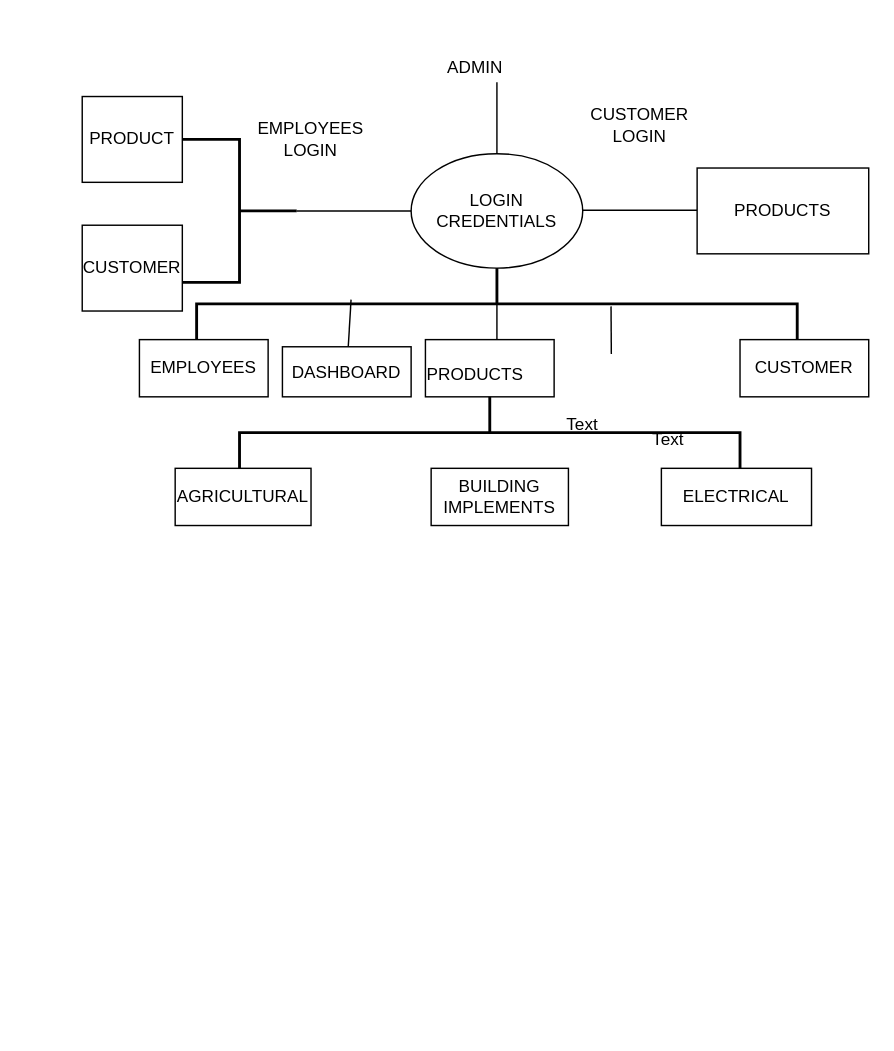
The draw.io diagram Untitled Diagram.drawio in bshantherishenoy/miniproject2, before the edit. Source tidied: cells renumbered, new cells numbered last; positions are measured from the earlier drawing's top-left corner, leaving out a move shared by most shapes. Both pictures are drawn from the tidied source at 143%, with x=0, y=0 at pixel (82, 53).
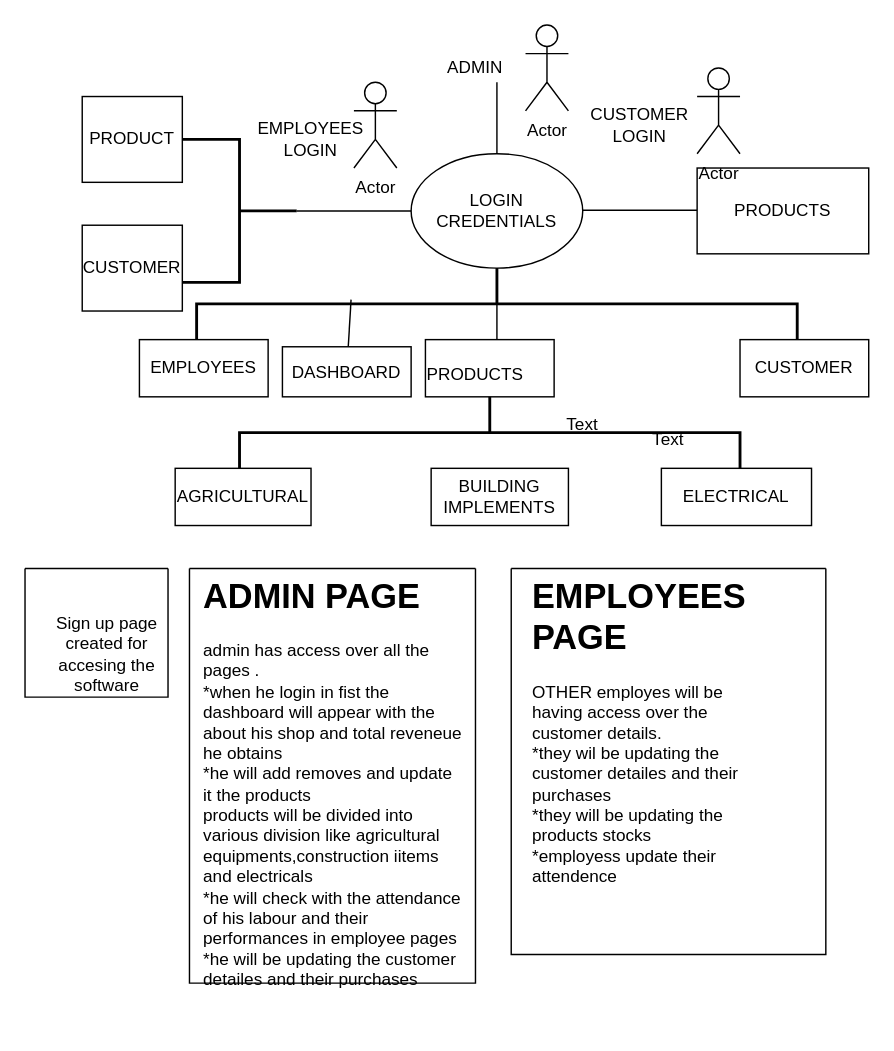
The same page after the edit.

Unchanged cells that the change refers to:
```xml
<mxCell id="11" style="strokeWidth=2;html=1;shape=mxgraph.flowchart.annotation_2;align=left;labelPosition=right;direction=south;" parent="1" vertex="1">
  <mxGeometry x="80" y="150" width="420" height="50" as="geometry" />
</mxCell>
```

The edit, as a diff of the source:
```diff
@@
-    <mxCell id="20" style="endArrow=none;html=1;entryX=0.535;entryY=0.31;entryDx=0;entryDy=0;entryPerimeter=0;" parent="1" edge="1" target="11">
-      <mxGeometry relative="1" as="geometry">
-        <mxPoint x="370" y="210" as="sourcePoint" />
-      </mxGeometry>
-    </mxCell>
@@
+    <mxCell id="32" value="Actor" style="shape=umlActor;verticalLabelPosition=bottom;verticalAlign=top;html=1;" parent="1" vertex="1">
+      <mxGeometry x="190" y="20" width="30" height="60" as="geometry" />
+    </mxCell>
+    <mxCell id="33" value="Actor" style="shape=umlActor;verticalLabelPosition=bottom;verticalAlign=top;html=1;" parent="1" vertex="1">
+      <mxGeometry x="310" y="-20" width="30" height="60" as="geometry" />
+    </mxCell>
+    <mxCell id="34" value="Actor" style="shape=umlActor;verticalLabelPosition=bottom;verticalAlign=top;html=1;" parent="1" vertex="1">
+      <mxGeometry x="430" y="10" width="30" height="60" as="geometry" />
+    </mxCell>
+    <mxCell id="35" style="swimlane;startSize=0;" parent="1" vertex="1">
+      <mxGeometry x="-40" y="360" width="100" height="90" as="geometry" />
+    </mxCell>
+    <mxCell id="36" value="Sign up page created for accesing the software" style="text;html=1;strokeColor=none;fillColor=none;align=center;verticalAlign=middle;whiteSpace=wrap;rounded=0;" parent="35" vertex="1">
+      <mxGeometry x="5" y="10" width="105" height="100" as="geometry" />
+    </mxCell>
+    <mxCell id="37" style="swimlane;startSize=0;" parent="1" vertex="1">
+      <mxGeometry x="75" y="360" width="200" height="290" as="geometry" />
+    </mxCell>
+    <mxCell id="38" value="&lt;h1&gt;ADMIN PAGE&lt;/h1&gt;&lt;div&gt;admin has access over all the pages .&lt;/div&gt;&lt;div&gt;*when he login in fist the dashboard will appear with the about his shop and total reveneue he obtains&lt;/div&gt;&lt;div&gt;*he will add removes and update it the products&lt;/div&gt;&lt;div&gt;products will be divided into various division like agricultural equipments,construction iitems and electricals&lt;/div&gt;&lt;div&gt;*he will check with the attendance of his labour and their performances in employee pages&lt;/div&gt;&lt;div&gt;*he will be updating the customer detailes and their purchases&lt;/div&gt;&lt;div&gt;&lt;br&gt;&lt;/div&gt;" style="text;html=1;strokeColor=none;fillColor=none;spacing=5;spacingTop=-20;whiteSpace=wrap;overflow=hidden;rounded=0;" parent="1" vertex="1">
+      <mxGeometry x="80" y="360" width="190" height="320" as="geometry" />
+    </mxCell>
+    <mxCell id="39" style="swimlane;startSize=0;" parent="1" vertex="1">
+      <mxGeometry x="300" y="360" width="220" height="270" as="geometry" />
+    </mxCell>
+    <mxCell id="40" value="&lt;h1&gt;EMPLOYEES PAGE&lt;/h1&gt;&lt;div&gt;OTHER employes will be having access over the customer details.&lt;/div&gt;&lt;div&gt;*they wil be updating the customer detailes and their purchases&lt;/div&gt;&lt;div&gt;*they will be updating the products stocks&amp;nbsp;&lt;/div&gt;&lt;div&gt;*employess update their attendence&lt;/div&gt;" style="text;html=1;strokeColor=none;fillColor=none;spacing=5;spacingTop=-20;whiteSpace=wrap;overflow=hidden;rounded=0;" parent="1" vertex="1">
+      <mxGeometry x="310" y="360" width="180" height="260" as="geometry" />
+    </mxCell>
```
